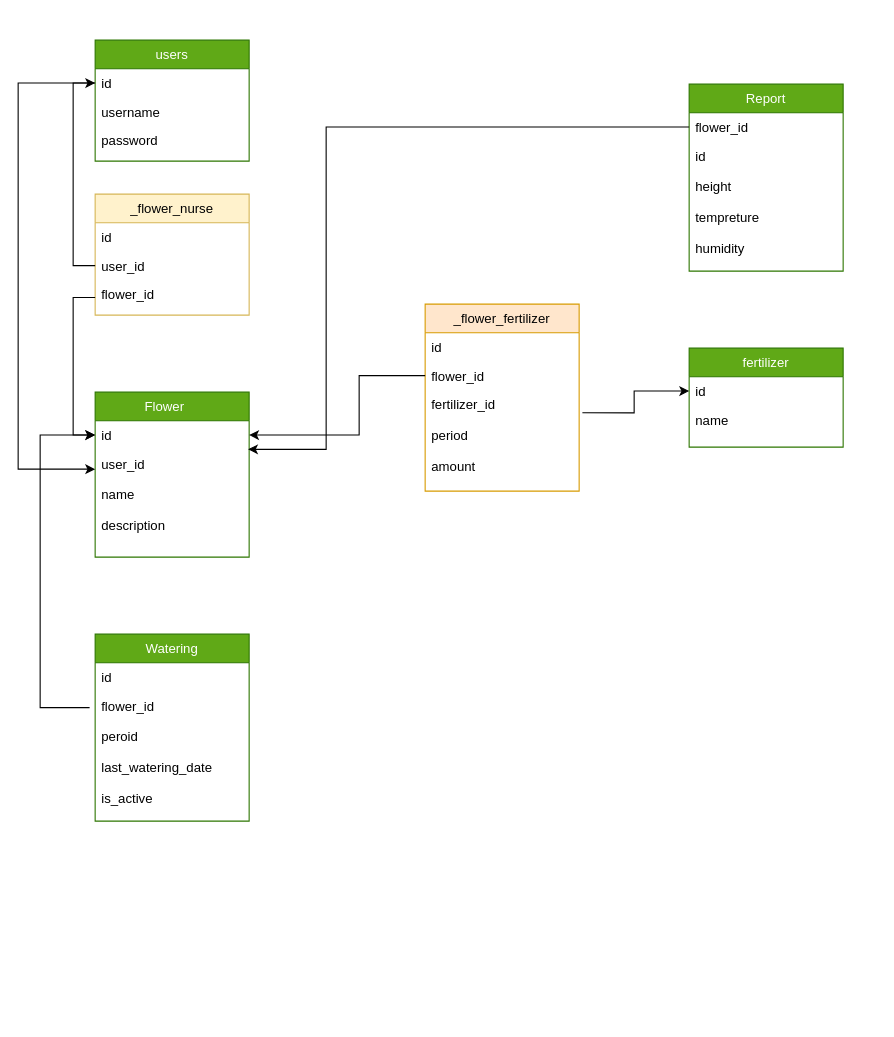
Above: Pot_Flow_Chart.drawio in ahmadabd/pot (draw.io), before the change. Source tidied: cells renumbered, new cells numbered last; positions are measured from the earlier drawing's top-left corner, leaving out a move shared by most shapes. Both pictures are drawn from the tidied source at 110%, with x=0, y=0 at pixel (18, 40).
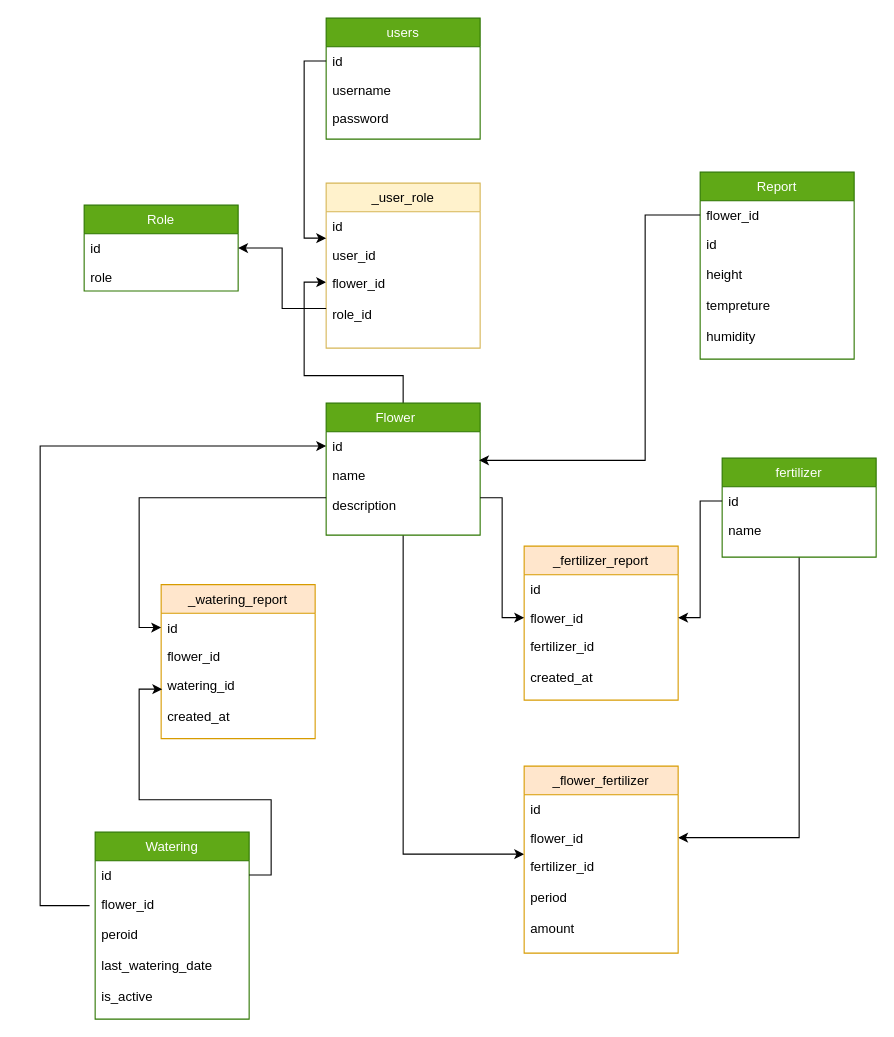
After the change.

The change refers to these unchanged cells:
```xml
<mxCell id="3" value="id&#10;&#10;&#10;user_id&#10;&#10;&#10;&#10;" style="text;strokeColor=none;fillColor=none;align=left;verticalAlign=top;spacingLeft=4;spacingRight=4;overflow=hidden;points=[[0,0.5],[1,0.5]];portConstraint=eastwest;" parent="2" vertex="1">
  <mxGeometry y="26" width="140" height="26" as="geometry" />
</mxCell>
<mxCell id="6" value="flower_id" style="text;strokeColor=none;fillColor=none;align=left;verticalAlign=top;spacingLeft=4;spacingRight=4;overflow=hidden;points=[[0,0.5],[1,0.5]];portConstraint=eastwest;" parent="5" vertex="1">
  <mxGeometry y="26" width="140" height="26" as="geometry" />
</mxCell>
<mxCell id="10" value="id&#10;&#10;&#10;" style="text;strokeColor=none;fillColor=none;align=left;verticalAlign=top;spacingLeft=4;spacingRight=4;overflow=hidden;points=[[0,0.5],[1,0.5]];portConstraint=eastwest;" parent="9" vertex="1">
  <mxGeometry y="26" width="140" height="26" as="geometry" />
</mxCell>
<mxCell id="13" value="id" style="text;strokeColor=none;fillColor=none;align=left;verticalAlign=top;spacingLeft=4;spacingRight=4;overflow=hidden;points=[[0,0.5],[1,0.5]];portConstraint=eastwest;" parent="12" vertex="1">
  <mxGeometry y="26" width="140" height="26" as="geometry" />
</mxCell>
<mxCell id="17" value="flower_id" style="text;strokeColor=none;fillColor=none;align=left;verticalAlign=top;spacingLeft=4;spacingRight=4;overflow=hidden;points=[[0,0.5],[1,0.5]];portConstraint=eastwest;" parent="15" vertex="1">
  <mxGeometry y="52" width="140" height="26" as="geometry" />
</mxCell>
<mxCell id="18" value="fertilizer_id&#10;&#10;period&#10;&#10;amount&#10;" style="text;strokeColor=none;fillColor=none;align=left;verticalAlign=top;spacingLeft=4;spacingRight=4;overflow=hidden;points=[[0,0.5],[1,0.5]];portConstraint=eastwest;" parent="15" vertex="1">
  <mxGeometry y="78" width="140" height="92" as="geometry" />
</mxCell>
<mxCell id="23" value="id" style="text;strokeColor=none;fillColor=none;align=left;verticalAlign=top;spacingLeft=4;spacingRight=4;overflow=hidden;points=[[0,0.5],[1,0.5]];portConstraint=eastwest;" parent="22" vertex="1">
  <mxGeometry y="26" width="140" height="26" as="geometry" />
</mxCell>
<mxCell id="29" value="id" style="text;strokeColor=none;fillColor=none;align=left;verticalAlign=top;spacingLeft=4;spacingRight=4;overflow=hidden;points=[[0,0.5],[1,0.5]];portConstraint=eastwest;" parent="28" vertex="1">
  <mxGeometry y="26" width="140" height="26" as="geometry" />
</mxCell>
<mxCell id="30" value="user_id" style="text;strokeColor=none;fillColor=none;align=left;verticalAlign=top;spacingLeft=4;spacingRight=4;overflow=hidden;points=[[0,0.5],[1,0.5]];portConstraint=eastwest;" parent="28" vertex="1">
  <mxGeometry y="52" width="140" height="26" as="geometry" />
</mxCell>
```

Change to the diagram source:
```diff
@@
+    <mxCell id="34" style="edgeStyle=orthogonalEdgeStyle;rounded=0;jettySize=auto;html=1;entryX=0;entryY=1.077;entryDx=0;entryDy=0;entryPerimeter=0;" parent="1" edge="1" source="2" target="17">
+      <mxGeometry relative="1" as="geometry" />
+    </mxCell>
+    <mxCell id="35" style="edgeStyle=orthogonalEdgeStyle;rounded=0;jettySize=auto;html=1;entryX=0;entryY=0.167;entryDx=0;entryDy=0;entryPerimeter=0;" parent="1" edge="1" source="2" target="31">
+      <mxGeometry relative="1" as="geometry" />
+    </mxCell>
     <mxCell id="2" value="Flower    " style="swimlane;fontStyle=0;horizontal=1;startSize=26;fillColor=#60a917;strokeColor=#2D7600;fontColor=#ffffff;" parent="1" vertex="1">
-      <mxGeometry x="70" y="320" width="140" height="150" as="geometry" />
+      <mxGeometry x="280" y="330" width="140" height="120" as="geometry" />
     </mxCell>
@@
-    <mxCell id="4" value="user_id&#10;&#10;name&#10;&#10;description" style="text;strokeColor=none;fillColor=none;align=left;verticalAlign=top;spacingLeft=4;spacingRight=4;overflow=hidden;points=[[0,0.5],[1,0.5]];portConstraint=eastwest;" parent="2" vertex="1">
-      <mxGeometry y="52" width="140" height="98" as="geometry" />
+    <mxCell id="4" value="name&#10;&#10;description" style="text;strokeColor=none;fillColor=none;align=left;verticalAlign=top;spacingLeft=4;spacingRight=4;overflow=hidden;points=[[0,0.5],[1,0.5]];portConstraint=eastwest;" parent="2" vertex="1">
+      <mxGeometry y="52" width="140" height="68" as="geometry" />
     </mxCell>
     <mxCell id="5" value="Report" style="swimlane;fontStyle=0;horizontal=1;startSize=26;fillColor=#60a917;strokeColor=#2D7600;fontColor=#ffffff;" parent="1" vertex="1">
-      <mxGeometry x="610" y="40" width="140" height="170" as="geometry" />
+      <mxGeometry x="620" y="120" width="140" height="170" as="geometry" />
     </mxCell>
@@
     <mxCell id="9" value="Watering" style="swimlane;fontStyle=0;horizontal=1;startSize=26;fillColor=#60a917;strokeColor=#2D7600;fontColor=#ffffff;" parent="1" vertex="1">
-      <mxGeometry x="70" y="540" width="140" height="170" as="geometry" />
+      <mxGeometry x="70" y="720" width="140" height="170" as="geometry" />
     </mxCell>
@@
+    <mxCell id="36" style="edgeStyle=orthogonalEdgeStyle;rounded=0;jettySize=auto;html=1;entryX=1;entryY=0.5;entryDx=0;entryDy=0;" parent="1" edge="1" source="12" target="17">
+      <mxGeometry relative="1" as="geometry" />
+    </mxCell>
     <mxCell id="12" value="fertilizer" style="swimlane;fontStyle=0;horizontal=1;startSize=26;fillColor=#60a917;strokeColor=#2D7600;fontColor=#ffffff;" parent="1" vertex="1">
-      <mxGeometry x="610" y="280" width="140" height="90" as="geometry" />
+      <mxGeometry x="640" y="380" width="140" height="90" as="geometry" />
     </mxCell>
@@
     <mxCell id="15" value="_flower_fertilizer" style="swimlane;fontStyle=0;horizontal=1;startSize=26;fillColor=#ffe6cc;strokeColor=#d79b00;" parent="1" vertex="1">
-      <mxGeometry x="370" y="240" width="140" height="170" as="geometry" />
+      <mxGeometry x="460" y="660" width="140" height="170" as="geometry" />
     </mxCell>
@@
-    <mxCell id="19" style="edgeStyle=elbowEdgeStyle;elbow=horizontal;endArrow=classic;html=1;rounded=0;entryX=1;entryY=0.5;entryDx=0;entryDy=0;exitX=0;exitY=0.5;exitDx=0;exitDy=0;" parent="1" edge="1" source="17" target="3">
-      <mxGeometry relative="1" as="geometry">
-        <Array as="points">
-          <mxPoint x="310" y="330" />
-          <mxPoint x="290" y="300" />
-          <mxPoint x="280" y="250" />
-          <mxPoint x="270" y="200" />
-          <mxPoint x="260" y="170" />
-          <mxPoint x="310" y="250" />
-          <mxPoint x="300" y="170" />
-        </Array>
-      </mxGeometry>
-    </mxCell>
-    <mxCell id="20" style="edgeStyle=orthogonalEdgeStyle;elbow=horizontal;endArrow=classic;html=1;rounded=0;exitX=1.021;exitY=0.226;exitDx=0;exitDy=0;entryX=0;entryY=0.5;entryDx=0;entryDy=0;exitPerimeter=0;" parent="1" edge="1" source="18" target="13">
-      <mxGeometry relative="1" as="geometry" />
-    </mxCell>
@@
     <mxCell id="22" value="users" style="swimlane;fontStyle=0;horizontal=1;startSize=26;fillColor=#60a917;fontColor=#ffffff;strokeColor=#2D7600;" parent="1" vertex="1">
-      <mxGeometry x="70" width="140" height="110" as="geometry" />
+      <mxGeometry x="280" y="-20" width="140" height="110" as="geometry" />
     </mxCell>
@@
     <mxCell id="26" style="edgeStyle=elbowEdgeStyle;elbow=horizontal;endArrow=classic;html=1;rounded=0;entryX=0.993;entryY=0;entryDx=0;entryDy=0;entryPerimeter=0;" parent="1" edge="1" source="6" target="4">
       <mxGeometry relative="1" as="geometry">
         <Array as="points">
+          <mxPoint x="570" y="180" />
+          <mxPoint x="470" y="370" />
+          <mxPoint x="490" y="250" />
+          <mxPoint x="400" y="260" />
           <mxPoint x="280" y="180" />
           <mxPoint x="360" y="40" />
           <mxPoint x="310" y="30" />
           <mxPoint x="310" y="40" />
           <mxPoint x="290" y="40" />
           <mxPoint x="250" y="140" />
         </Array>
       </mxGeometry>
     </mxCell>
-    <mxCell id="27" style="edgeStyle=orthogonalEdgeStyle;rounded=0;jettySize=auto;html=1;" parent="1" edge="1" source="23">
-      <mxGeometry relative="1" as="geometry">
-        <mxPoint x="70" y="390" as="targetPoint" />
-        <Array as="points">
-          <mxPoint y="39" />
-          <mxPoint y="390" />
-        </Array>
-      </mxGeometry>
-    </mxCell>
-    <mxCell id="28" value="_flower_nurse" style="swimlane;fontStyle=0;horizontal=1;startSize=26;fillColor=#fff2cc;strokeColor=#d6b656;" parent="1" vertex="1">
-      <mxGeometry x="70" y="140" width="140" height="110" as="geometry" />
+    <mxCell id="28" value="_user_role" style="swimlane;fontStyle=0;horizontal=1;startSize=26;fillColor=#fff2cc;strokeColor=#d6b656;" parent="1" vertex="1">
+      <mxGeometry x="280" y="130" width="140" height="150" as="geometry" />
     </mxCell>
@@
-    <mxCell id="31" value="flower_id&#10;" style="text;strokeColor=none;fillColor=none;align=left;verticalAlign=top;spacingLeft=4;spacingRight=4;overflow=hidden;points=[[0,0.5],[1,0.5]];portConstraint=eastwest;" parent="28" vertex="1">
-      <mxGeometry y="78" width="140" height="32" as="geometry" />
+    <mxCell id="31" value="flower_id&#10;&#10;role_id&#10;" style="text;strokeColor=none;fillColor=none;align=left;verticalAlign=top;spacingLeft=4;spacingRight=4;overflow=hidden;points=[[0,0.5],[1,0.5]];portConstraint=eastwest;" parent="28" vertex="1">
+      <mxGeometry y="78" width="140" height="72" as="geometry" />
     </mxCell>
-    <mxCell id="32" style="edgeStyle=orthogonalEdgeStyle;rounded=0;jettySize=auto;html=1;entryX=0;entryY=0.5;entryDx=0;entryDy=0;" parent="1" edge="1" source="30" target="23">
-      <mxGeometry relative="1" as="geometry" />
-    </mxCell>
-    <mxCell id="33" style="edgeStyle=orthogonalEdgeStyle;rounded=0;jettySize=auto;html=1;exitX=0;exitY=0.5;exitDx=0;exitDy=0;entryX=0;entryY=0.5;entryDx=0;entryDy=0;" parent="1" edge="1" source="31" target="3">
-      <mxGeometry relative="1" as="geometry" />
-    </mxCell>
+    <mxCell id="37" value="_watering_report" style="swimlane;fontStyle=0;horizontal=1;startSize=26;fillColor=#ffe6cc;strokeColor=#d79b00;" parent="1" vertex="1">
+      <mxGeometry x="130" y="495" width="140" height="140" as="geometry" />
+    </mxCell>
+    <mxCell id="38" value="id" style="text;strokeColor=none;fillColor=none;align=left;verticalAlign=top;spacingLeft=4;spacingRight=4;overflow=hidden;points=[[0,0.5],[1,0.5]];portConstraint=eastwest;" parent="37" vertex="1">
+      <mxGeometry y="26" width="140" height="26" as="geometry" />
+    </mxCell>
+    <mxCell id="39" value="flower_id" style="text;strokeColor=none;fillColor=none;align=left;verticalAlign=top;spacingLeft=4;spacingRight=4;overflow=hidden;" parent="37" vertex="1">
+      <mxGeometry y="52" width="140" height="26" as="geometry" />
+    </mxCell>
+    <mxCell id="40" value="watering_id&#10;&#10;created_at&#10;" style="text;strokeColor=none;fillColor=none;align=left;verticalAlign=top;spacingLeft=4;spacingRight=4;overflow=hidden;points=[[0,0.5],[1,0.5]];portConstraint=eastwest;" parent="37" vertex="1">
+      <mxGeometry y="78" width="140" height="62" as="geometry" />
+    </mxCell>
+    <mxCell id="41" style="edgeStyle=orthogonalEdgeStyle;rounded=0;jettySize=auto;html=1;entryX=0.007;entryY=0.274;entryDx=0;entryDy=0;entryPerimeter=0;" parent="1" edge="1" source="10" target="40">
+      <mxGeometry relative="1" as="geometry" />
+    </mxCell>
+    <mxCell id="42" style="edgeStyle=orthogonalEdgeStyle;rounded=0;jettySize=auto;html=1;entryX=0;entryY=0.5;entryDx=0;entryDy=0;" parent="1" edge="1" source="4" target="38">
+      <mxGeometry relative="1" as="geometry" />
+    </mxCell>
+    <mxCell id="43" value="Role" style="swimlane;fontStyle=0;horizontal=1;startSize=26;fillColor=#60a917;fontColor=#ffffff;strokeColor=#2D7600;" parent="1" vertex="1">
+      <mxGeometry x="60" y="150" width="140" height="78" as="geometry" />
+    </mxCell>
+    <mxCell id="44" value="id" style="text;strokeColor=none;fillColor=none;align=left;verticalAlign=top;spacingLeft=4;spacingRight=4;overflow=hidden;points=[[0,0.5],[1,0.5]];portConstraint=eastwest;" parent="43" vertex="1">
+      <mxGeometry y="26" width="140" height="26" as="geometry" />
+    </mxCell>
+    <mxCell id="45" value="role" style="text;strokeColor=none;fillColor=none;align=left;verticalAlign=top;spacingLeft=4;spacingRight=4;overflow=hidden;" parent="43" vertex="1">
+      <mxGeometry y="52" width="140" height="26" as="geometry" />
+    </mxCell>
+    <mxCell id="46" style="edgeStyle=orthogonalEdgeStyle;rounded=0;jettySize=auto;html=1;entryX=1;entryY=0.5;entryDx=0;entryDy=0;" parent="1" edge="1" source="31" target="44">
+      <mxGeometry relative="1" as="geometry" />
+    </mxCell>
+    <mxCell id="47" style="edgeStyle=orthogonalEdgeStyle;rounded=0;jettySize=auto;html=1;entryX=0;entryY=0.923;entryDx=0;entryDy=0;entryPerimeter=0;" parent="1" edge="1" source="23" target="29">
+      <mxGeometry relative="1" as="geometry" />
+    </mxCell>
+    <mxCell id="48" value="_fertilizer_report" style="swimlane;fontStyle=0;horizontal=1;startSize=26;fillColor=#ffe6cc;strokeColor=#d79b00;" parent="1" vertex="1">
+      <mxGeometry x="460" y="460" width="140" height="140" as="geometry" />
+    </mxCell>
+    <mxCell id="49" value="id" style="text;strokeColor=none;fillColor=none;align=left;verticalAlign=top;spacingLeft=4;spacingRight=4;overflow=hidden;" parent="48" vertex="1">
+      <mxGeometry y="26" width="140" height="26" as="geometry" />
+    </mxCell>
+    <mxCell id="50" value="flower_id" style="text;strokeColor=none;fillColor=none;align=left;verticalAlign=top;spacingLeft=4;spacingRight=4;overflow=hidden;points=[[0,0.5],[1,0.5]];portConstraint=eastwest;" parent="48" vertex="1">
+      <mxGeometry y="52" width="140" height="26" as="geometry" />
+    </mxCell>
+    <mxCell id="51" value="fertilizer_id&#10;&#10;created_at" style="text;strokeColor=none;fillColor=none;align=left;verticalAlign=top;spacingLeft=4;spacingRight=4;overflow=hidden;" parent="48" vertex="1">
+      <mxGeometry y="78" width="140" height="62" as="geometry" />
+    </mxCell>
+    <mxCell id="52" style="edgeStyle=orthogonalEdgeStyle;rounded=0;jettySize=auto;html=1;entryX=1;entryY=0.5;entryDx=0;entryDy=0;" parent="1" edge="1" source="13" target="50">
+      <mxGeometry relative="1" as="geometry" />
+    </mxCell>
+    <mxCell id="53" style="edgeStyle=orthogonalEdgeStyle;rounded=0;jettySize=auto;html=1;exitX=1;exitY=0.5;exitDx=0;exitDy=0;entryX=0;entryY=0.5;entryDx=0;entryDy=0;" parent="1" edge="1" source="4" target="50">
+      <mxGeometry relative="1" as="geometry" />
+    </mxCell>
```
